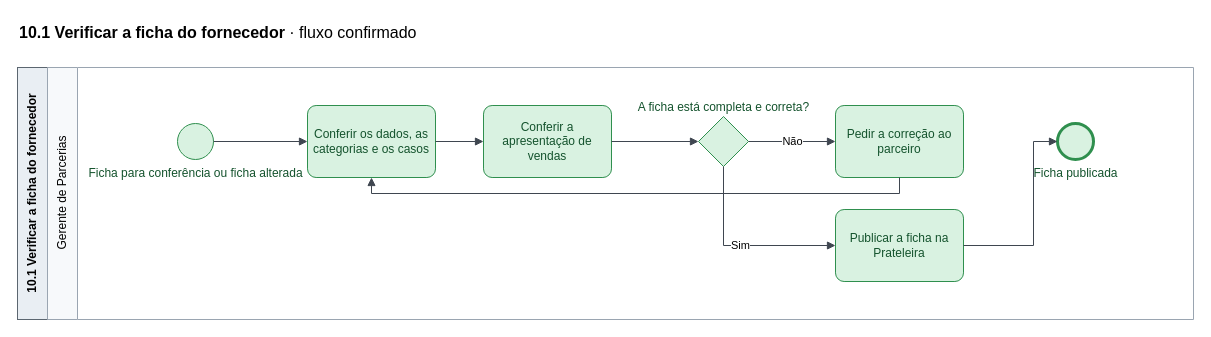
The draw.io diagram page "11.1 Verificar a ficha do fornecedor" (67 of 85) of mapeamentos/wise-partners-to-be/saidas/mapa.drawio in Guilherme-MFaccin/Wise-Partners, before the edit. Source tidied: cells renumbered, new cells numbered last; positions are measured from the earlier drawing's top-left corner, leaving out a move shared by most shapes. Both pictures are drawn from the tidied source at 100%, with x=0, y=0 at pixel (17, 17).
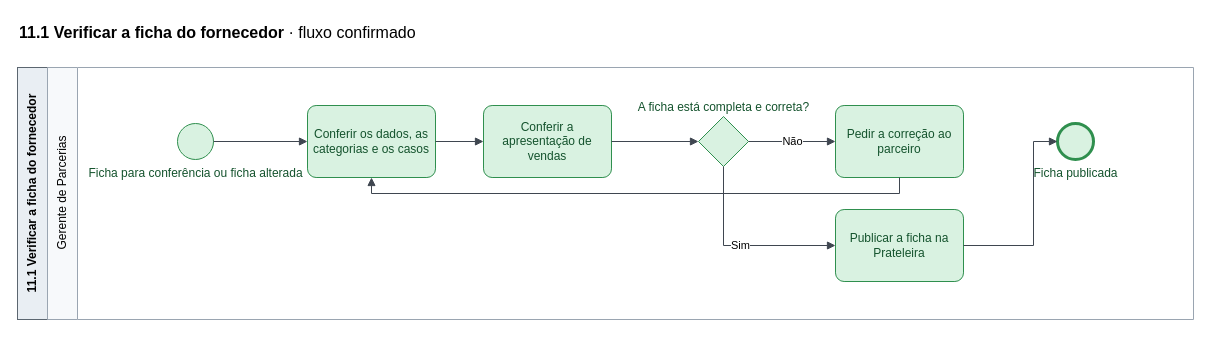
After the change.

What changed in the source:
```diff
@@
-    <mxCell id="2" value="&lt;b&gt;10.1 Verificar a ficha do fornecedor&lt;/b&gt;  ·  fluxo confirmado" style="text;html=1;fontSize=16;align=left;verticalAlign=middle;strokeColor=none;fillColor=none;" parent="1" vertex="1">
+    <mxCell id="2" value="&lt;b&gt;11.1 Verificar a ficha do fornecedor&lt;/b&gt;  ·  fluxo confirmado" style="text;html=1;fontSize=16;align=left;verticalAlign=middle;strokeColor=none;fillColor=none;" parent="1" vertex="1">
       <mxGeometry width="700" height="30" as="geometry" />
     </mxCell>
-    <mxCell id="3" value="10.1 Verificar a ficha do fornecedor" style="rounded=0;whiteSpace=wrap;html=1;horizontal=0;fillColor=#E9EEF3;strokeColor=#5B6670;fontStyle=1;" parent="1" vertex="1">
+    <mxCell id="3" value="11.1 Verificar a ficha do fornecedor" style="rounded=0;whiteSpace=wrap;html=1;horizontal=0;fillColor=#E9EEF3;strokeColor=#5B6670;fontStyle=1;" parent="1" vertex="1">
       <mxGeometry y="50" width="30" height="252" as="geometry" />
     </mxCell>
```
